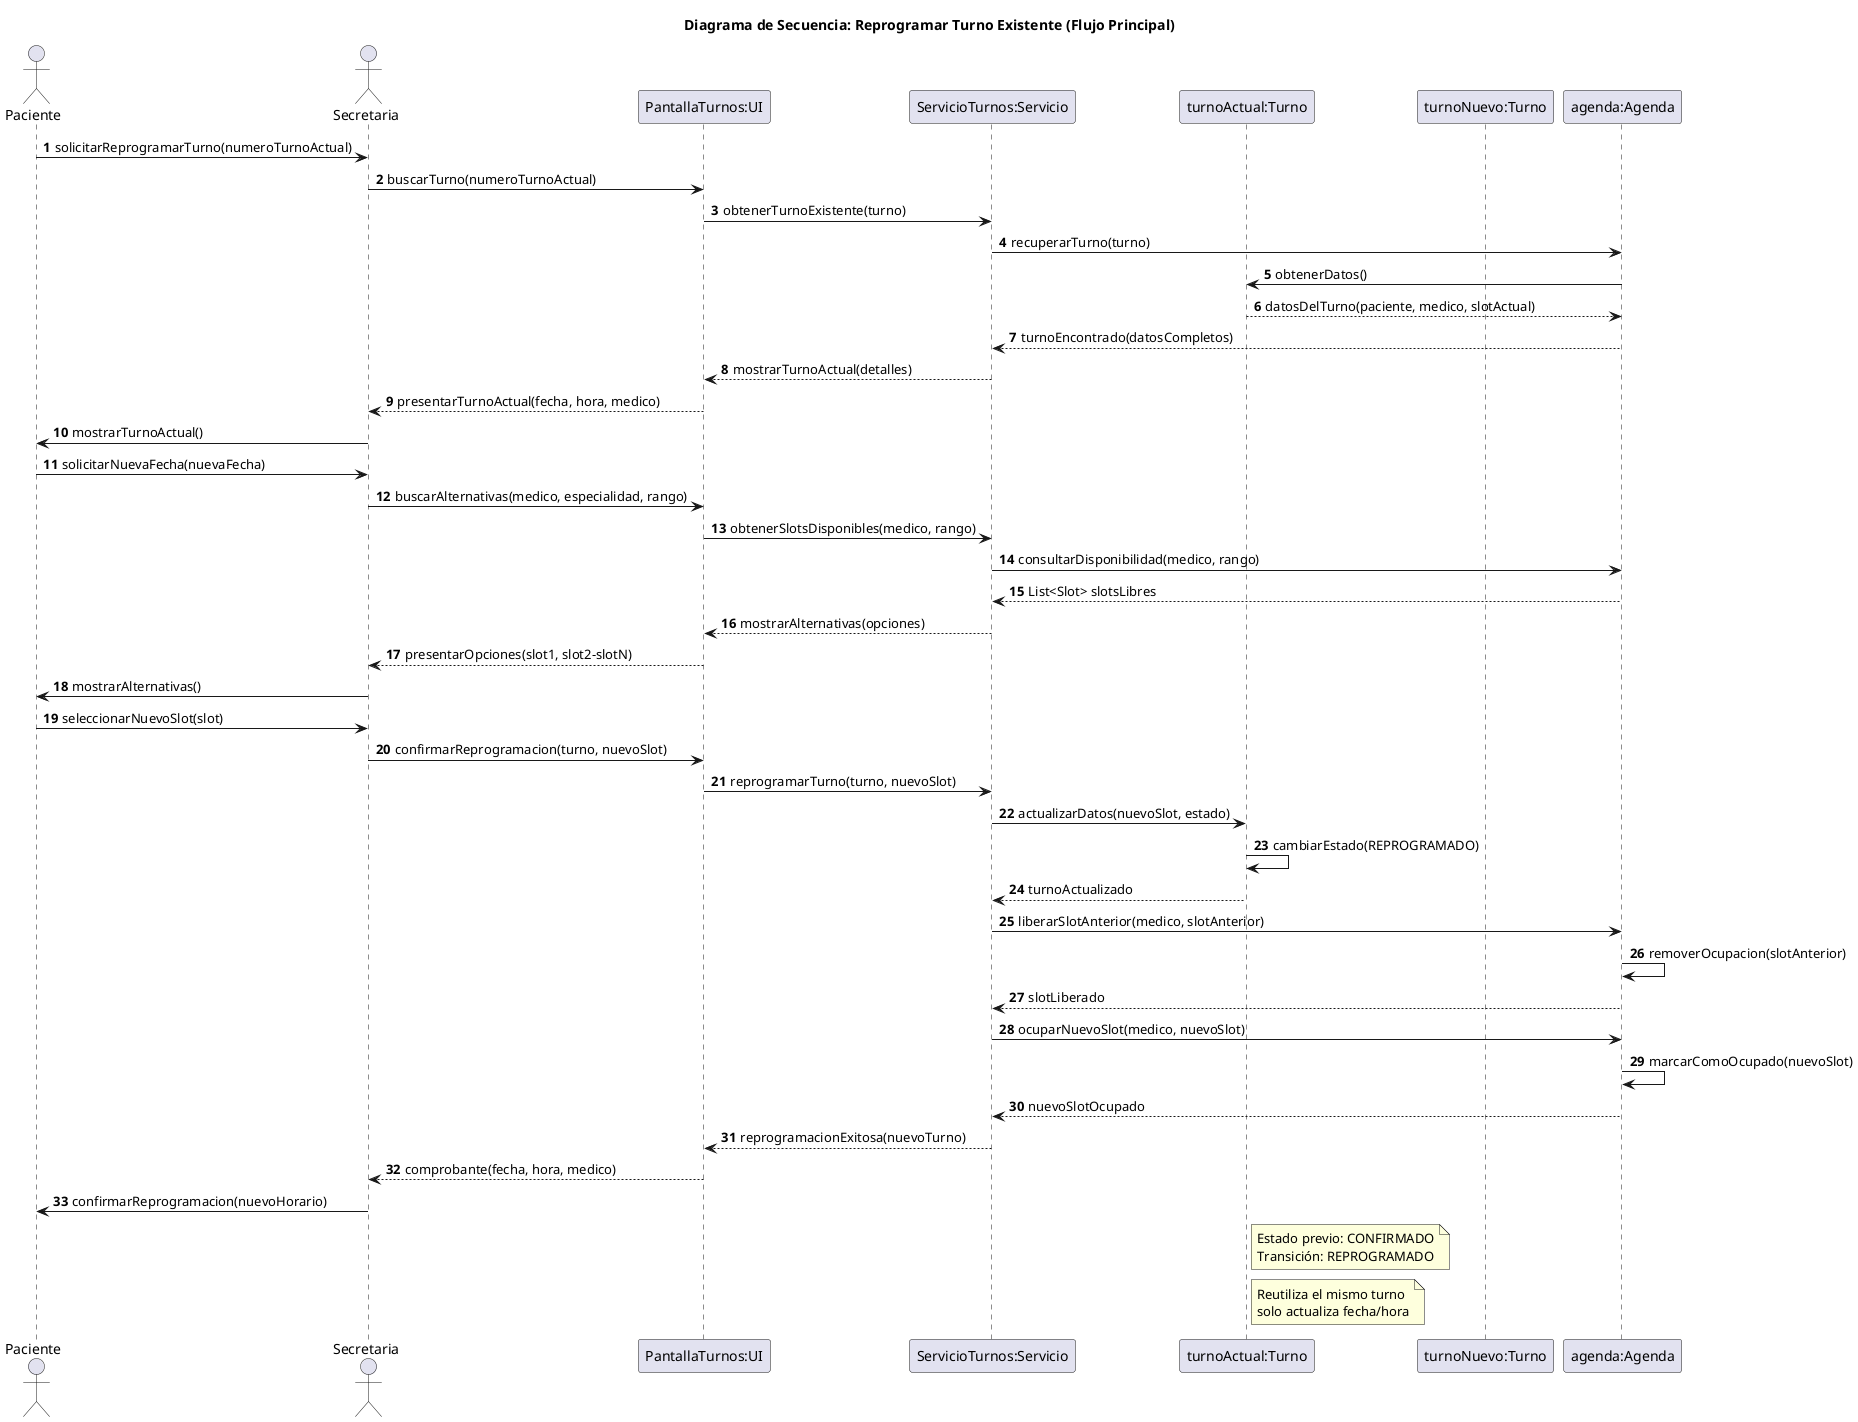
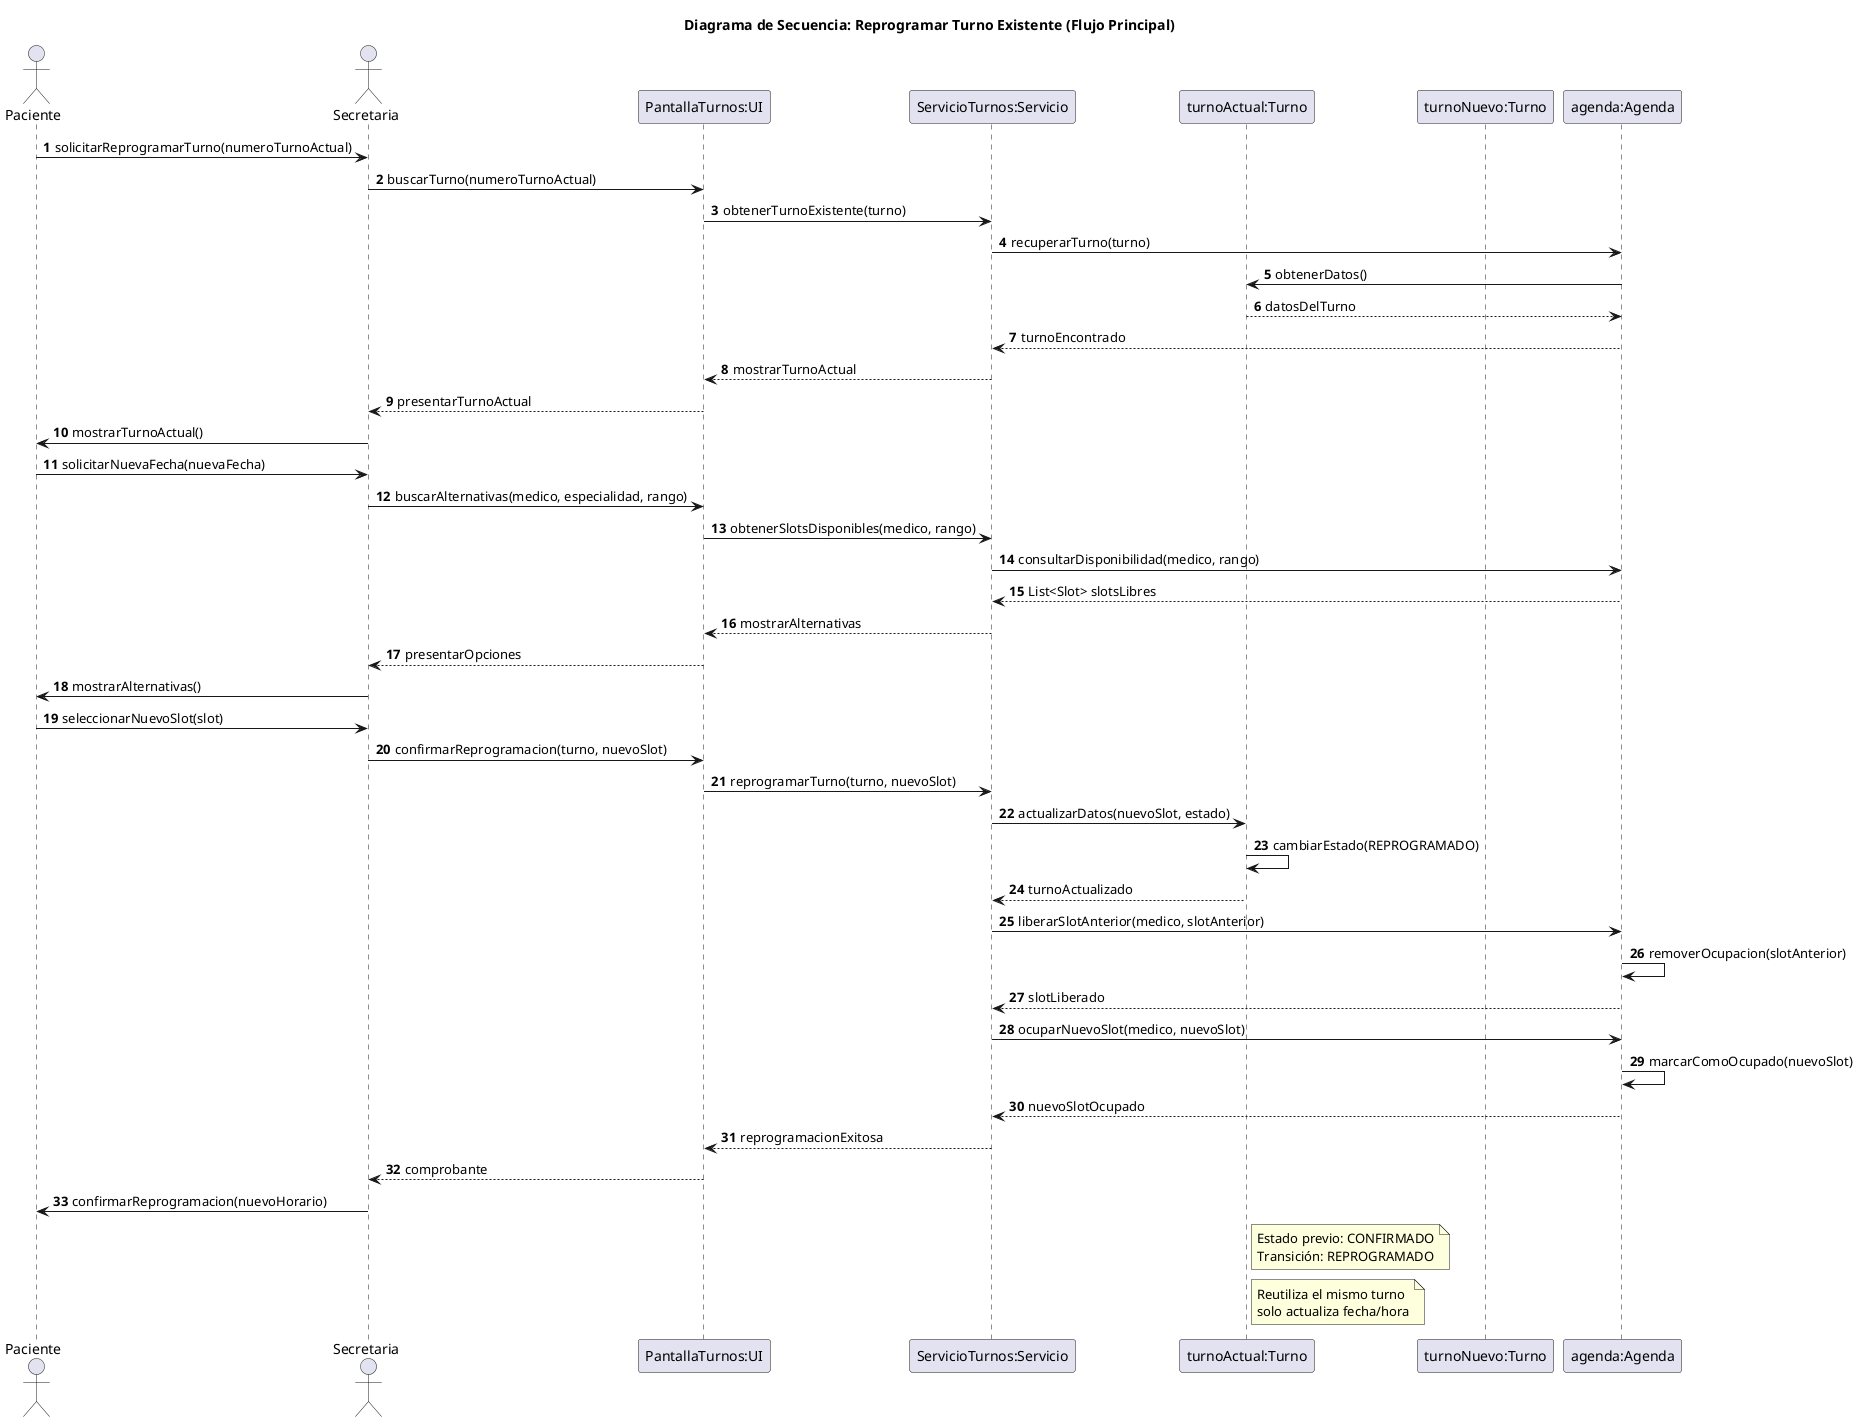
@startuml 05-secuencia-reprogramar-turno-flujo-principal-02
title Diagrama de Secuencia: Reprogramar Turno Existente (Flujo Principal)

actor Paciente
actor Secretaria
participant "PantallaTurnos:UI" as UI
participant "ServicioTurnos:Servicio" as Servicio
participant "turnoActual:Turno" as TurnoAct
participant "turnoNuevo:Turno" as TurnoNuev
participant "agenda:Agenda" as Agenda

autonumber

Paciente -> Secretaria: solicitarReprogramarTurno(numeroTurnoActual)
Secretaria -> UI: buscarTurno(numeroTurnoActual)
UI -> Servicio: obtenerTurnoExistente(turno)
Servicio -> Agenda: recuperarTurno(turno)
Agenda -> TurnoAct: obtenerDatos()
- TurnoAct --> Agenda: datosDelTurno(paciente, medico, slotActual)
- Agenda --> Servicio: turnoEncontrado(datosCompletos)
- Servicio --> UI: mostrarTurnoActual(detalles)
- UI --> Secretaria: presentarTurnoActual(fecha, hora, medico)
+ TurnoAct --> Agenda: datosDelTurno
+ Agenda --> Servicio: turnoEncontrado
+ Servicio --> UI: mostrarTurnoActual
+ UI --> Secretaria: presentarTurnoActual
Secretaria -> Paciente: mostrarTurnoActual()
Paciente -> Secretaria: solicitarNuevaFecha(nuevaFecha)
Secretaria -> UI: buscarAlternativas(medico, especialidad, rango)
UI -> Servicio: obtenerSlotsDisponibles(medico, rango)
Servicio -> Agenda: consultarDisponibilidad(medico, rango)
Agenda --> Servicio: List<Slot> slotsLibres
- Servicio --> UI: mostrarAlternativas(opciones)
- UI --> Secretaria: presentarOpciones(slot1, slot2-slotN)
+ Servicio --> UI: mostrarAlternativas
+ UI --> Secretaria: presentarOpciones
Secretaria -> Paciente: mostrarAlternativas()
Paciente -> Secretaria: seleccionarNuevoSlot(slot)
Secretaria -> UI: confirmarReprogramacion(turno, nuevoSlot)
UI -> Servicio: reprogramarTurno(turno, nuevoSlot)
Servicio -> TurnoAct: actualizarDatos(nuevoSlot, estado)
TurnoAct -> TurnoAct: cambiarEstado(REPROGRAMADO)
TurnoAct --> Servicio: turnoActualizado
Servicio -> Agenda: liberarSlotAnterior(medico, slotAnterior)
Agenda -> Agenda: removerOcupacion(slotAnterior)
Agenda --> Servicio: slotLiberado
Servicio -> Agenda: ocuparNuevoSlot(medico, nuevoSlot)
Agenda -> Agenda: marcarComoOcupado(nuevoSlot)
Agenda --> Servicio: nuevoSlotOcupado
- Servicio --> UI: reprogramacionExitosa(nuevoTurno)
- UI --> Secretaria: comprobante(fecha, hora, medico)
+ Servicio --> UI: reprogramacionExitosa
+ UI --> Secretaria: comprobante
Secretaria -> Paciente: confirmarReprogramacion(nuevoHorario)

note right of TurnoAct
  Estado previo: CONFIRMADO
  Transición: REPROGRAMADO
end note

note right of TurnoAct
  Reutiliza el mismo turno
  solo actualiza fecha/hora
end note

@enduml
